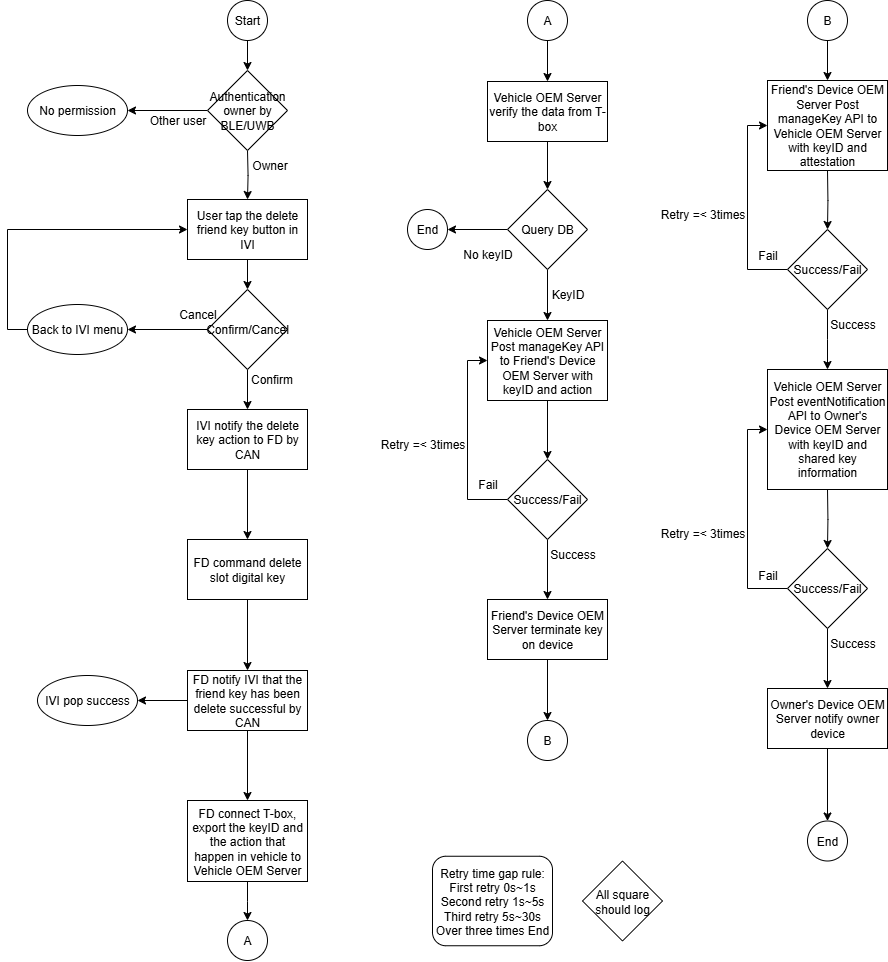
The draw.io diagram REV_100_Friend key termination in vehicle.drawio.png in LaurenHsu31/DKC, before a commit. Source tidied: cells renumbered, new cells last; positions are measured from the earlier drawing's top-left corner, leaving out a move shared by most shapes.
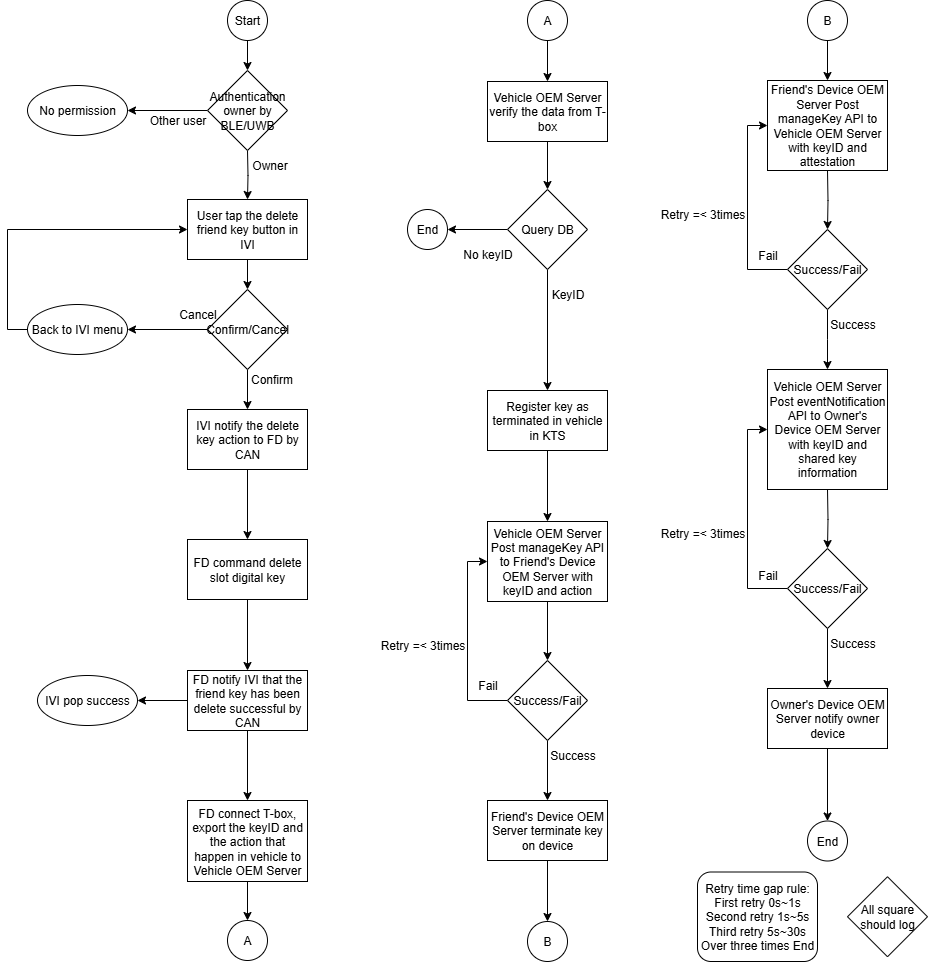
Above is the later version.

Change to the diagram source:
```diff
@@ -100,7 +100,7 @@
       <mxGeometry relative="1" as="geometry" />
     </mxCell>
     <mxCell id="33" value="Vehicle OEM Server Post manageKey API to Friend's Device OEM Server with keyID and action" style="rounded=0;whiteSpace=wrap;html=1;" parent="1" vertex="1">
-      <mxGeometry x="460" y="320" width="120" height="80" as="geometry" />
+      <mxGeometry x="460" y="521" width="120" height="80" as="geometry" />
     </mxCell>
     <mxCell id="34" style="edgeStyle=orthogonalEdgeStyle;rounded=0;jettySize=auto;html=1;exitX=0.5;exitY=1;exitDx=0;exitDy=0;entryX=0.5;entryY=0;entryDx=0;entryDy=0;" parent="1" edge="1" source="35" target="38">
       <mxGeometry relative="1" as="geometry" />
@@ -108,7 +108,7 @@
     <mxCell id="35" value="Vehicle OEM Server verify the data from T-box" style="rounded=0;whiteSpace=wrap;html=1;" parent="1" vertex="1">
       <mxGeometry x="460" y="81" width="120" height="60" as="geometry" />
     </mxCell>
-    <mxCell id="36" style="edgeStyle=orthogonalEdgeStyle;rounded=0;jettySize=auto;html=1;exitX=0.5;exitY=1;exitDx=0;exitDy=0;" parent="1" edge="1" source="38" target="33">
+    <mxCell id="36" style="edgeStyle=orthogonalEdgeStyle;rounded=0;jettySize=auto;html=1;exitX=0.5;exitY=1;exitDx=0;exitDy=0;entryX=0.5;entryY=0;entryDx=0;entryDy=0;" parent="1" edge="1" source="38" target="75">
       <mxGeometry relative="1" as="geometry" />
     </mxCell>
     <mxCell id="37" style="edgeStyle=orthogonalEdgeStyle;rounded=0;jettySize=auto;html=1;exitX=0;exitY=0.5;exitDx=0;exitDy=0;entryX=1;entryY=0.5;entryDx=0;entryDy=0;" parent="1" edge="1" source="38" target="40">
@@ -133,28 +133,28 @@
       <mxGeometry relative="1" as="geometry" />
     </mxCell>
     <mxCell id="44" value="Success/Fail" style="rhombus;whiteSpace=wrap;html=1;" parent="1" vertex="1">
-      <mxGeometry x="480" y="459" width="80" height="80" as="geometry" />
+      <mxGeometry x="480" y="660" width="80" height="80" as="geometry" />
     </mxCell>
     <mxCell id="45" value="Retry =&amp;lt; 3times" style="text;html=1;align=center;verticalAlign=middle;strokeColor=none;fillColor=none;" parent="1" vertex="1">
-      <mxGeometry x="340" y="429" width="110" height="30" as="geometry" />
+      <mxGeometry x="340" y="630" width="110" height="30" as="geometry" />
     </mxCell>
     <mxCell id="46" value="Fail" style="text;html=1;align=center;verticalAlign=middle;strokeColor=none;fillColor=none;" parent="1" vertex="1">
-      <mxGeometry x="440" y="469" width="40" height="30" as="geometry" />
+      <mxGeometry x="440" y="670" width="40" height="30" as="geometry" />
     </mxCell>
     <mxCell id="47" value="Retry time gap rule:&lt;div&gt;First retry 0s~1s&lt;/div&gt;&lt;div&gt;Second retry 1s~5s&lt;/div&gt;&lt;div&gt;Third retry 5s~30s&lt;/div&gt;&lt;div&gt;Over three times End&lt;/div&gt;" style="rounded=1;whiteSpace=wrap;html=1;" parent="1" vertex="1">
-      <mxGeometry x="405" y="855.8" width="120" height="89.5" as="geometry" />
+      <mxGeometry x="670" y="871.5" width="120" height="89.5" as="geometry" />
     </mxCell>
     <mxCell id="48" value="All square should log" style="rhombus;whiteSpace=wrap;html=1;" parent="1" vertex="1">
-      <mxGeometry x="555" y="860.5" width="80" height="80" as="geometry" />
+      <mxGeometry x="820" y="876.2" width="80" height="80" as="geometry" />
     </mxCell>
     <mxCell id="49" style="edgeStyle=orthogonalEdgeStyle;rounded=0;jettySize=auto;html=1;exitX=0.5;exitY=1;exitDx=0;exitDy=0;" parent="1" edge="1" source="50" target="60">
       <mxGeometry relative="1" as="geometry" />
     </mxCell>
     <mxCell id="50" value="Friend's Device OEM Server terminate key on device" style="rounded=0;whiteSpace=wrap;html=1;" parent="1" vertex="1">
-      <mxGeometry x="460" y="599" width="120" height="60" as="geometry" />
+      <mxGeometry x="460" y="800" width="120" height="60" as="geometry" />
     </mxCell>
     <mxCell id="51" value="Success" style="text;html=1;align=center;verticalAlign=middle;strokeColor=none;fillColor=none;" parent="1" vertex="1">
-      <mxGeometry x="510" y="539" width="70" height="30" as="geometry" />
+      <mxGeometry x="510" y="740" width="70" height="30" as="geometry" />
     </mxCell>
     <mxCell id="52" value="Friend's Device OEM Server Post manageKey API to Vehicle OEM Server with keyID and attestation" style="rounded=0;whiteSpace=wrap;html=1;" parent="1" vertex="1">
       <mxGeometry x="740" y="80" width="120" height="90" as="geometry" />
@@ -185,7 +185,7 @@
       <mxGeometry x="790" y="309" width="70" height="30" as="geometry" />
     </mxCell>
     <mxCell id="60" value="B" style="ellipse;whiteSpace=wrap;html=1;" parent="1" vertex="1">
-      <mxGeometry x="500" y="720" width="40" height="40" as="geometry" />
+      <mxGeometry x="500" y="921" width="40" height="40" as="geometry" />
     </mxCell>
     <mxCell id="61" style="edgeStyle=orthogonalEdgeStyle;rounded=0;jettySize=auto;html=1;exitX=0.5;exitY=1;exitDx=0;exitDy=0;entryX=0.5;entryY=0;entryDx=0;entryDy=0;" parent="1" edge="1" source="62" target="52">
       <mxGeometry relative="1" as="geometry" />
@@ -228,5 +228,11 @@
     <mxCell id="73" value="End" style="ellipse;whiteSpace=wrap;html=1;" parent="1" vertex="1">
       <mxGeometry x="780" y="820.5" width="40" height="40" as="geometry" />
     </mxCell>
+    <mxCell id="74" style="edgeStyle=orthogonalEdgeStyle;rounded=0;jettySize=auto;html=1;exitX=0.5;exitY=1;exitDx=0;exitDy=0;entryX=0.5;entryY=0;entryDx=0;entryDy=0;" parent="1" edge="1" source="75" target="33">
+      <mxGeometry relative="1" as="geometry" />
+    </mxCell>
+    <mxCell id="75" value="Register key as terminated in vehicle in KTS" style="rounded=0;whiteSpace=wrap;html=1;" parent="1" vertex="1">
+      <mxGeometry x="460" y="390" width="120" height="60" as="geometry" />
+    </mxCell>
   </root>
 </mxGraphModel>
```
